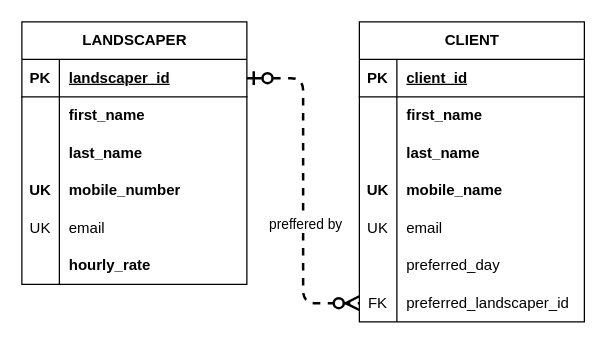
Earlier version of the draw.io diagram page "P0201c" (3 of 3) of relational-database-design/chapter2/P0201.drawio (qichendev/assignments). Source tidied: cells renumbered, new cells numbered last; positions are measured from the earlier drawing's top-left corner, leaving out a move shared by most shapes. Both pictures are drawn from the tidied source at 125%, with x=0, y=0 at pixel (21, 21).
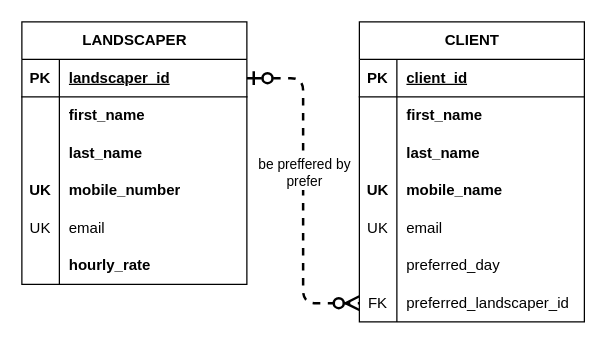
The same diagram, later.

The change refers to these unchanged cells:
```xml
<mxCell id="43" style="edgeStyle=elbowEdgeStyle;fontSize=12;html=1;endArrow=ERzeroToMany;startArrow=ERzeroToOne;rounded=1;endSize=8;startSize=8;strokeWidth=2;dashed=1;jumpStyle=none;curved=0;entryX=0;entryY=0.5;entryDx=0;entryDy=0;exitX=1;exitY=0.5;exitDx=0;exitDy=0;startFill=0;" parent="1" edge="1" source="3" target="40">
  <mxGeometry relative="1" as="geometry" />
</mxCell>
```

Change to the diagram source:
```diff
@@
-    <mxCell id="44" value="preffered by" style="edgeLabel;html=1;align=center;verticalAlign=middle;" parent="43" vertex="1">
-      <mxGeometry x="0.19" y="1" relative="1" as="geometry" />
+    <mxCell id="44" value="be preffered by&lt;div&gt;prefer&lt;/div&gt;" style="edgeLabel;html=1;align=center;verticalAlign=middle;" parent="43" vertex="1">
+      <mxGeometry x="0.19" y="1" relative="1" as="geometry">
+        <mxPoint x="-1" y="-41" as="offset" />
+      </mxGeometry>
     </mxCell>
```
